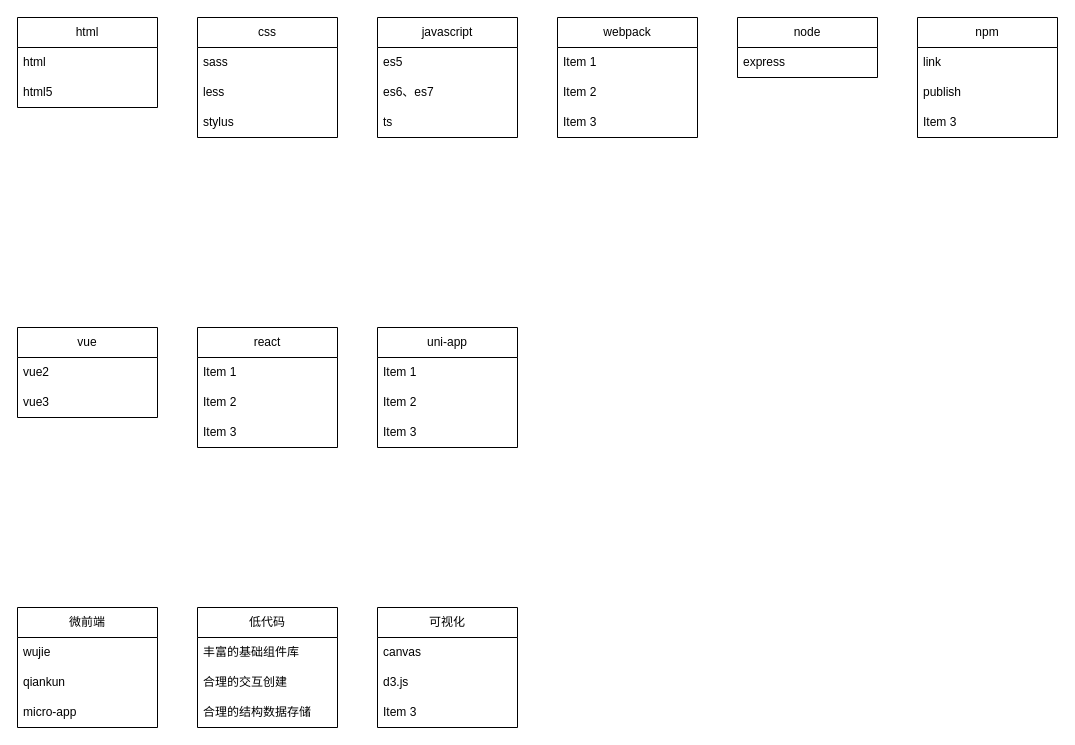
Above: 前端知识体系.drawio in github-zoqg/study (draw.io), before the change. Source tidied: cells renumbered, new cells numbered last; positions are measured from the earlier drawing's top-left corner, leaving out a move shared by most shapes. Both pictures are drawn from the tidied source at 100%, with x=0, y=0 at pixel (17, 17).
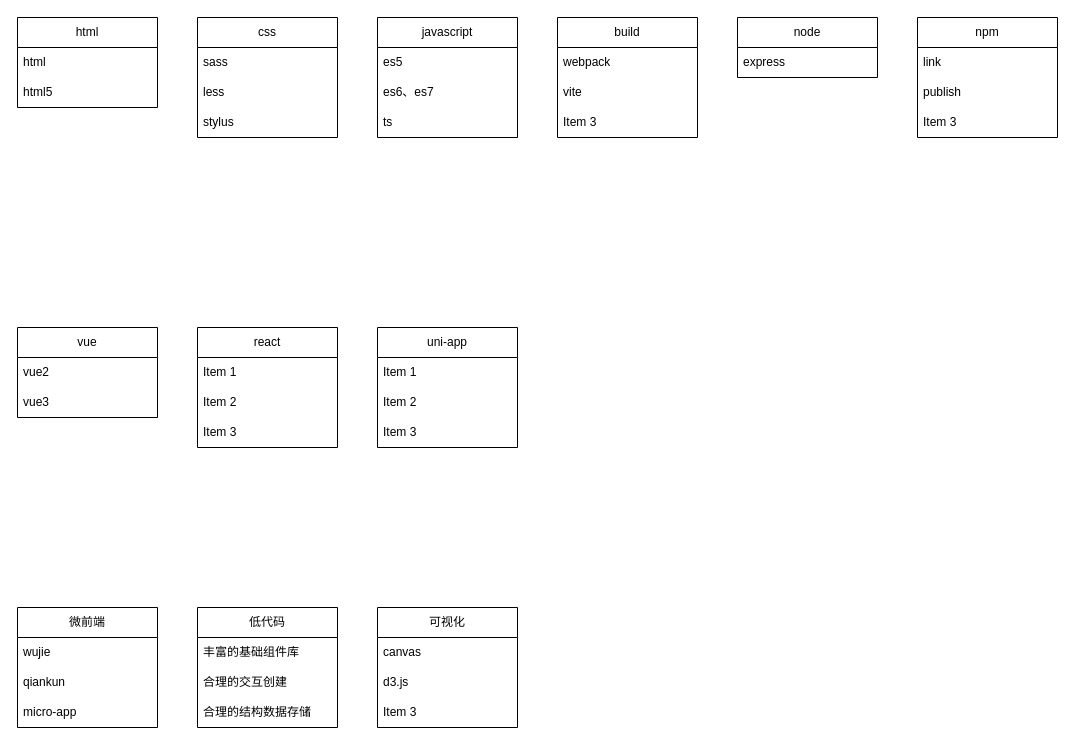
After the change.

What changed in the source:
```diff
@@
-    <mxCell id="10" value="webpack" style="swimlane;fontStyle=0;horizontal=1;startSize=30;whiteSpace=wrap;html=1;" parent="1" vertex="1">
+    <mxCell id="10" value="build" style="swimlane;fontStyle=0;horizontal=1;startSize=30;whiteSpace=wrap;html=1;" parent="1" vertex="1">
       <mxGeometry x="540" width="140" height="120" as="geometry" />
     </mxCell>
-    <mxCell id="11" value="Item 1" style="text;strokeColor=none;fillColor=none;align=left;verticalAlign=middle;spacingLeft=4;spacingRight=4;overflow=hidden;whiteSpace=wrap;html=1;" parent="10" vertex="1">
+    <mxCell id="11" value="webpack" style="text;strokeColor=none;fillColor=none;align=left;verticalAlign=middle;spacingLeft=4;spacingRight=4;overflow=hidden;whiteSpace=wrap;html=1;" parent="10" vertex="1">
       <mxGeometry y="30" width="140" height="30" as="geometry" />
     </mxCell>
-    <mxCell id="12" value="Item 2" style="text;strokeColor=none;fillColor=none;align=left;verticalAlign=middle;spacingLeft=4;spacingRight=4;overflow=hidden;whiteSpace=wrap;html=1;" parent="10" vertex="1">
+    <mxCell id="12" value="vite" style="text;strokeColor=none;fillColor=none;align=left;verticalAlign=middle;spacingLeft=4;spacingRight=4;overflow=hidden;whiteSpace=wrap;html=1;" parent="10" vertex="1">
       <mxGeometry y="60" width="140" height="30" as="geometry" />
     </mxCell>
```
